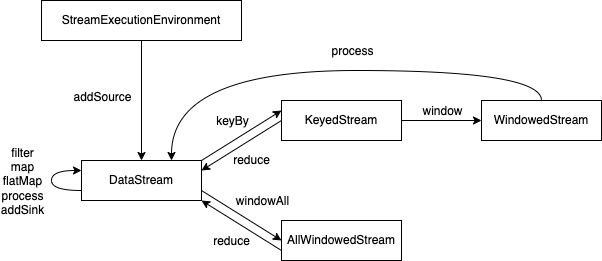
The draw.io diagram assets/images/flink-tutorial/算子和流类型.png in ZZy979/zzy979.github.io, before a commit. Source tidied: cells renumbered, new cells last; positions are measured from the earlier drawing's top-left corner, leaving out a move shared by most shapes.
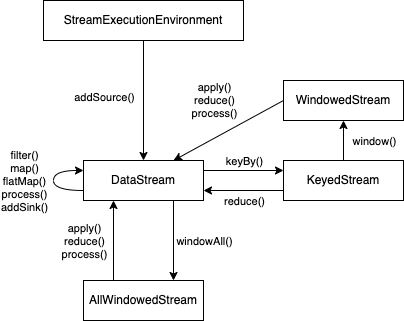
After the commit.

Commit message:
更新《Flink入门教程》

The edit, as a diff of the source:
```diff
@@ -2,77 +2,70 @@
   <root>
     <mxCell id="0" />
     <mxCell id="1" parent="0" />
-    <mxCell id="2" style="rounded=0;jettySize=auto;html=1;exitX=1;exitY=0;exitDx=0;exitDy=0;entryX=0;entryY=0.25;entryDx=0;entryDy=0;" parent="1" edge="1" source="6" target="11">
+    <mxCell id="2" style="rounded=0;jettySize=auto;html=1;exitX=1;exitY=0.25;exitDx=0;exitDy=0;entryX=0;entryY=0.25;entryDx=0;entryDy=0;" parent="1" edge="1" source="6" target="11">
       <mxGeometry relative="1" as="geometry" />
     </mxCell>
-    <mxCell id="3" value="keyBy" style="edgeLabel;html=1;align=center;verticalAlign=middle;" parent="2" vertex="1">
+    <mxCell id="3" value="keyBy()" style="edgeLabel;html=1;align=center;verticalAlign=middle;" parent="2" vertex="1">
       <mxGeometry x="-0.19" y="4" relative="1" as="geometry">
-        <mxPoint y="-16" as="offset" />
+        <mxPoint x="8" y="-6" as="offset" />
       </mxGeometry>
     </mxCell>
-    <mxCell id="4" style="edgeStyle=none;rounded=0;jettySize=auto;html=1;exitX=1;exitY=0.75;exitDx=0;exitDy=0;entryX=0;entryY=0.5;entryDx=0;entryDy=0;" parent="1" edge="1" source="6" target="17">
+    <mxCell id="4" style="edgeStyle=none;rounded=0;jettySize=auto;html=1;exitX=0.75;exitY=1;exitDx=0;exitDy=0;entryX=0.75;entryY=0;entryDx=0;entryDy=0;" parent="1" edge="1" source="6" target="17">
       <mxGeometry relative="1" as="geometry" />
     </mxCell>
-    <mxCell id="5" value="windowAll" style="edgeLabel;html=1;align=center;verticalAlign=middle;" parent="4" vertex="1">
+    <mxCell id="5" value="windowAll()" style="edgeLabel;html=1;align=center;verticalAlign=middle;" parent="4" vertex="1">
       <mxGeometry x="-0.26" y="3" relative="1" as="geometry">
-        <mxPoint x="29" y="-6" as="offset" />
+        <mxPoint x="27" y="11" as="offset" />
       </mxGeometry>
     </mxCell>
     <mxCell id="6" value="DataStream" style="rounded=0;whiteSpace=wrap;html=1;" parent="1" vertex="1">
       <mxGeometry x="40" y="160" width="120" height="40" as="geometry" />
     </mxCell>
-    <mxCell id="7" style="edgeStyle=none;rounded=0;jettySize=auto;html=1;exitX=0;exitY=0.5;exitDx=0;exitDy=0;" parent="1" edge="1" source="11">
-      <mxGeometry relative="1" as="geometry">
-        <mxPoint x="160" y="170" as="targetPoint" />
-      </mxGeometry>
+    <mxCell id="7" style="edgeStyle=none;rounded=0;jettySize=auto;html=1;exitX=0;exitY=0.75;exitDx=0;exitDy=0;entryX=1;entryY=0.75;entryDx=0;entryDy=0;" parent="1" edge="1" source="11" target="6">
+      <mxGeometry relative="1" as="geometry" />
     </mxCell>
-    <mxCell id="8" value="reduce" style="edgeLabel;html=1;align=center;verticalAlign=middle;" parent="7" vertex="1">
+    <mxCell id="8" value="reduce()" style="edgeLabel;html=1;align=center;verticalAlign=middle;" parent="7" vertex="1">
       <mxGeometry x="-0.03" y="3" relative="1" as="geometry">
-        <mxPoint x="7" y="13" as="offset" />
+        <mxPoint x="-1" y="7" as="offset" />
       </mxGeometry>
     </mxCell>
     <mxCell id="9" style="edgeStyle=none;rounded=0;jettySize=auto;html=1;" parent="1" edge="1" source="11" target="14">
       <mxGeometry relative="1" as="geometry" />
     </mxCell>
-    <mxCell id="10" value="window" style="edgeLabel;html=1;align=center;verticalAlign=middle;" parent="9" vertex="1">
+    <mxCell id="10" value="window()" style="edgeLabel;html=1;align=center;verticalAlign=middle;" parent="9" vertex="1">
       <mxGeometry x="-0.25" y="2" relative="1" as="geometry">
-        <mxPoint x="10" y="-8" as="offset" />
+        <mxPoint x="32" y="-5" as="offset" />
       </mxGeometry>
     </mxCell>
     <mxCell id="11" value="KeyedStream" style="rounded=0;whiteSpace=wrap;html=1;" parent="1" vertex="1">
-      <mxGeometry x="240" y="100" width="120" height="40" as="geometry" />
+      <mxGeometry x="240" y="160" width="120" height="40" as="geometry" />
     </mxCell>
-    <mxCell id="12" style="edgeStyle=orthogonalEdgeStyle;rounded=0;jettySize=auto;html=1;entryX=0.75;entryY=0;entryDx=0;entryDy=0;curved=1;" parent="1" edge="1" source="14" target="6">
-      <mxGeometry relative="1" as="geometry">
-        <Array as="points">
-          <mxPoint x="500" y="70" />
-          <mxPoint x="130" y="70" />
-        </Array>
-      </mxGeometry>
+    <mxCell id="12" style="rounded=0;jettySize=auto;html=1;entryX=0.75;entryY=0;entryDx=0;entryDy=0;exitX=0;exitY=0.5;exitDx=0;exitDy=0;" parent="1" edge="1" source="14" target="6">
+      <mxGeometry relative="1" as="geometry" />
     </mxCell>
-    <mxCell id="13" value="process" style="edgeLabel;html=1;align=center;verticalAlign=middle;" parent="12" vertex="1">
+    <mxCell id="13" value="apply()&lt;br&gt;reduce()&lt;br&gt;process()" style="edgeLabel;html=1;align=center;verticalAlign=middle;" parent="12" vertex="1">
       <mxGeometry x="-0.08" relative="1" as="geometry">
-        <mxPoint x="5" y="-20" as="offset" />
+        <mxPoint x="-19" y="-28" as="offset" />
       </mxGeometry>
     </mxCell>
     <mxCell id="14" value="WindowedStream" style="rounded=0;whiteSpace=wrap;html=1;" parent="1" vertex="1">
-      <mxGeometry x="440" y="100" width="120" height="40" as="geometry" />
+      <mxGeometry x="240" y="80" width="120" height="40" as="geometry" />
     </mxCell>
-    <mxCell id="15" style="edgeStyle=none;rounded=0;jettySize=auto;html=1;exitX=0;exitY=0.75;exitDx=0;exitDy=0;entryX=1;entryY=1;entryDx=0;entryDy=0;" parent="1" edge="1" source="17" target="6">
+    <mxCell id="15" style="edgeStyle=none;rounded=0;jettySize=auto;html=1;entryX=0.25;entryY=1;entryDx=0;entryDy=0;exitX=0.25;exitY=0;exitDx=0;exitDy=0;" parent="1" edge="1" source="17" target="6">
       <mxGeometry relative="1" as="geometry" />
     </mxCell>
-    <mxCell id="16" value="reduce" style="edgeLabel;html=1;align=center;verticalAlign=middle;" parent="15" vertex="1">
+    <mxCell id="16" value="apply()&lt;br style=&quot;border-color: var(--border-color);&quot;&gt;reduce()&lt;br style=&quot;border-color: var(--border-color);&quot;&gt;process()" style="edgeLabel;html=1;align=center;verticalAlign=middle;" parent="15" vertex="1">
       <mxGeometry x="0.25" y="2" relative="1" as="geometry">
-        <mxPoint x="1" y="20" as="offset" />
+        <mxPoint x="-28" y="10" as="offset" />
       </mxGeometry>
     </mxCell>
     <mxCell id="17" value="AllWindowedStream" style="rounded=0;whiteSpace=wrap;html=1;" parent="1" vertex="1">
-      <mxGeometry x="240" y="220" width="120" height="40" as="geometry" />
+      <mxGeometry x="40" y="280" width="120" height="40" as="geometry" />
     </mxCell>
     <mxCell id="18" style="edgeStyle=none;rounded=0;jettySize=auto;html=1;" parent="1" edge="1" source="20" target="6">
       <mxGeometry relative="1" as="geometry" />
     </mxCell>
-    <mxCell id="19" value="addSource" style="edgeLabel;html=1;align=center;verticalAlign=middle;" parent="18" vertex="1">
+    <mxCell id="19" value="addSource()" style="edgeLabel;html=1;align=center;verticalAlign=middle;" parent="18" vertex="1">
       <mxGeometry x="-0.07" y="-2" relative="1" as="geometry">
         <mxPoint x="-38" as="offset" />
       </mxGeometry>
@@ -88,7 +81,7 @@
         </Array>
       </mxGeometry>
     </mxCell>
-    <mxCell id="22" value="filter&lt;br&gt;map&lt;br&gt;flatMap&lt;br&gt;process&lt;br&gt;addSink" style="edgeLabel;html=1;align=center;verticalAlign=middle;" parent="21" vertex="1">
+    <mxCell id="22" value="filter()&lt;br&gt;map()&lt;br&gt;flatMap()&lt;br&gt;process()&lt;br&gt;addSink()" style="edgeLabel;html=1;align=center;verticalAlign=middle;" parent="21" vertex="1">
       <mxGeometry x="0.03" y="-1" relative="1" as="geometry">
         <mxPoint x="-31" y="1" as="offset" />
       </mxGeometry>
```
